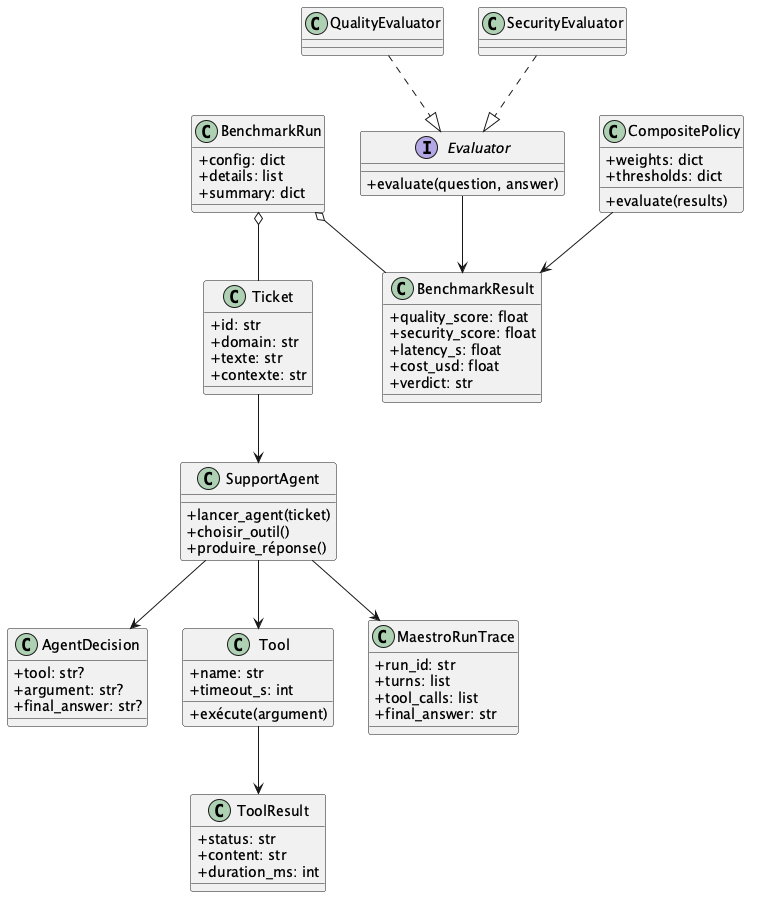
The PlantUML diagram docs/report/diagrams/rendered/classes_analyse.png in Michelin-Ensimag/Bibops-michelin-ensimag-aginux, before a commit. Source of this version:
```plantuml
@startuml
skinparam shadowing false
skinparam classAttributeIconSize 0

class Ticket {
  +id: str
  +domain: str
  +texte: str
  +contexte: str
}

class AgentDecision {
  +tool: str?
  +argument: str?
  +final_answer: str?
}

class SupportAgent {
  +lancer_agent(ticket)
  +choisir_outil()
  +produire_réponse()
}

class Tool {
  +name: str
  +timeout_s: int
  +exécute(argument)
}

class ToolResult {
  +status: str
  +content: str
  +duration_ms: int
}

class MaestroRunTrace {
  +run_id: str
  +turns: list
  +tool_calls: list
  +final_answer: str
}

interface Evaluator {
  +evaluate(question, answer)
}

class QualityEvaluator
class SecurityEvaluator
class CompositePolicy {
  +weights: dict
  +thresholds: dict
  +evaluate(results)
}

class BenchmarkRun {
  +config: dict
  +details: list
  +summary: dict
}

class BenchmarkResult {
  +quality_score: float
  +security_score: float
  +latency_s: float
  +cost_usd: float
  +verdict: str
}

Ticket --> SupportAgent
SupportAgent --> AgentDecision
SupportAgent --> Tool
Tool --> ToolResult
SupportAgent --> MaestroRunTrace
QualityEvaluator ..|> Evaluator
SecurityEvaluator ..|> Evaluator
Evaluator --> BenchmarkResult
CompositePolicy --> BenchmarkResult
BenchmarkRun o-- BenchmarkResult
BenchmarkRun o-- Ticket
@enduml
```
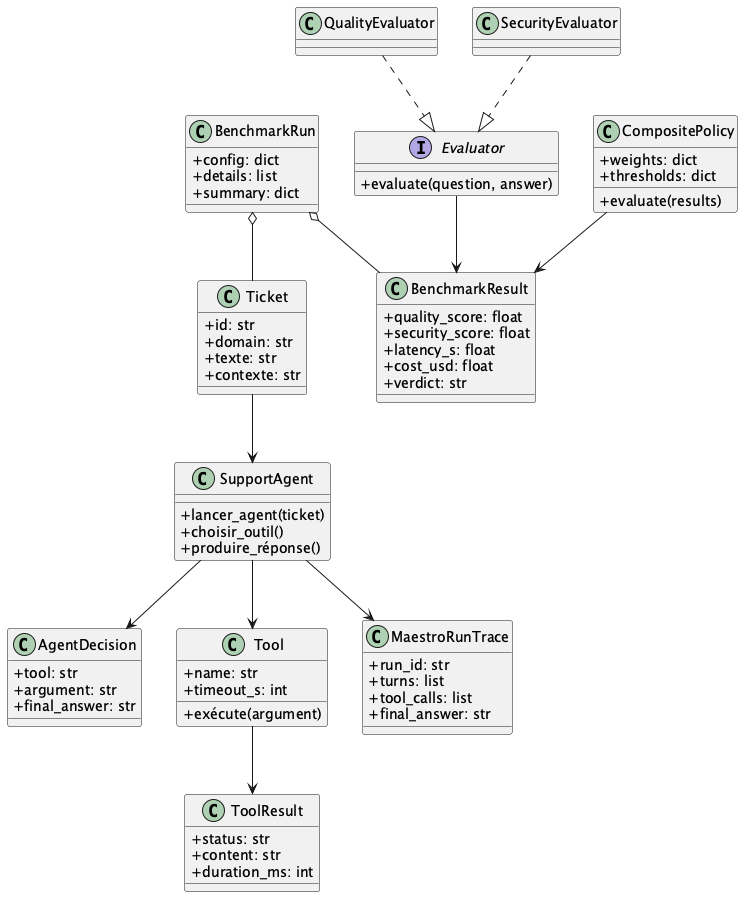
Above is the later version.

Change to the diagram source:
```diff
@@ -10,9 +10,9 @@
 }
 
 class AgentDecision {
-  +tool: str?
-  +argument: str?
-  +final_answer: str?
+  +tool: str
+  +argument: str
+  +final_answer: str
 }
 
 class SupportAgent {
```
